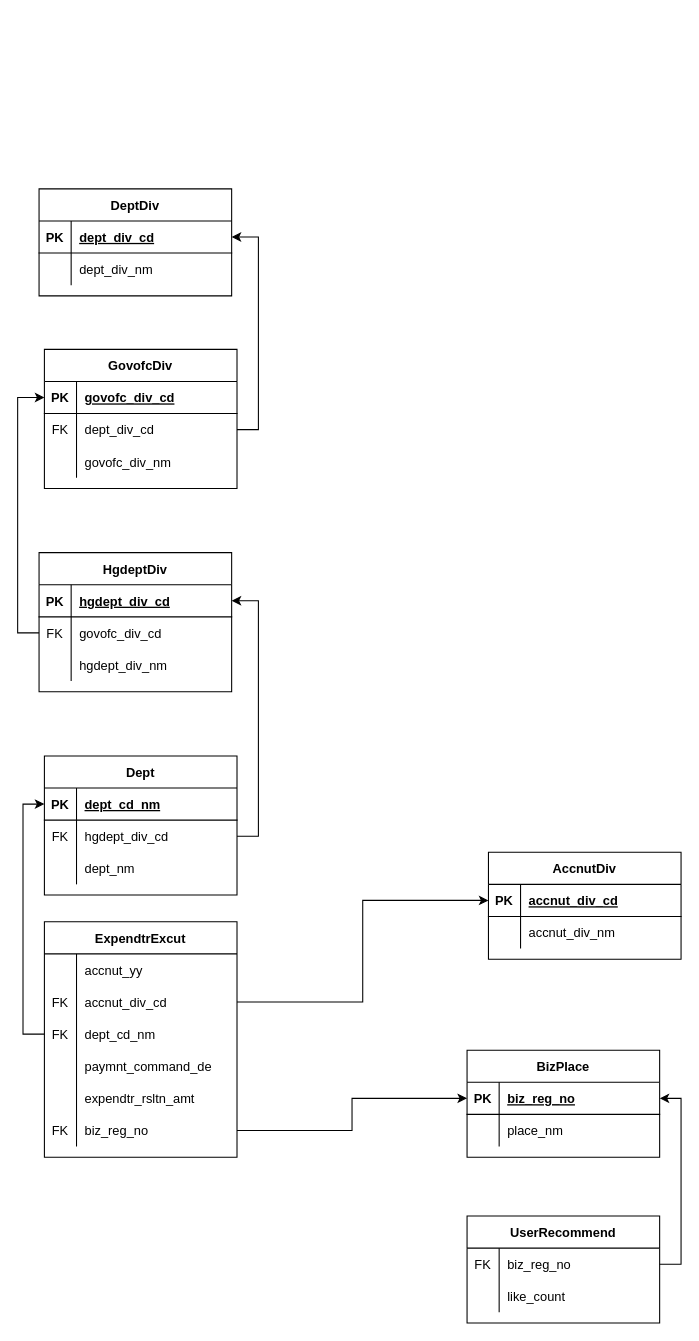
Before: document/다이어그램/rel_diagram.drawio in pengm2ng/AJOU_DATABASE_JMT, a draw.io diagram. Source tidied: cells renumbered, new cells numbered last; positions are measured from the earlier drawing's top-left corner, leaving out a move shared by most shapes. Both pictures are drawn from the tidied source at 107%, with x=0, y=0 at pixel (39, 188).
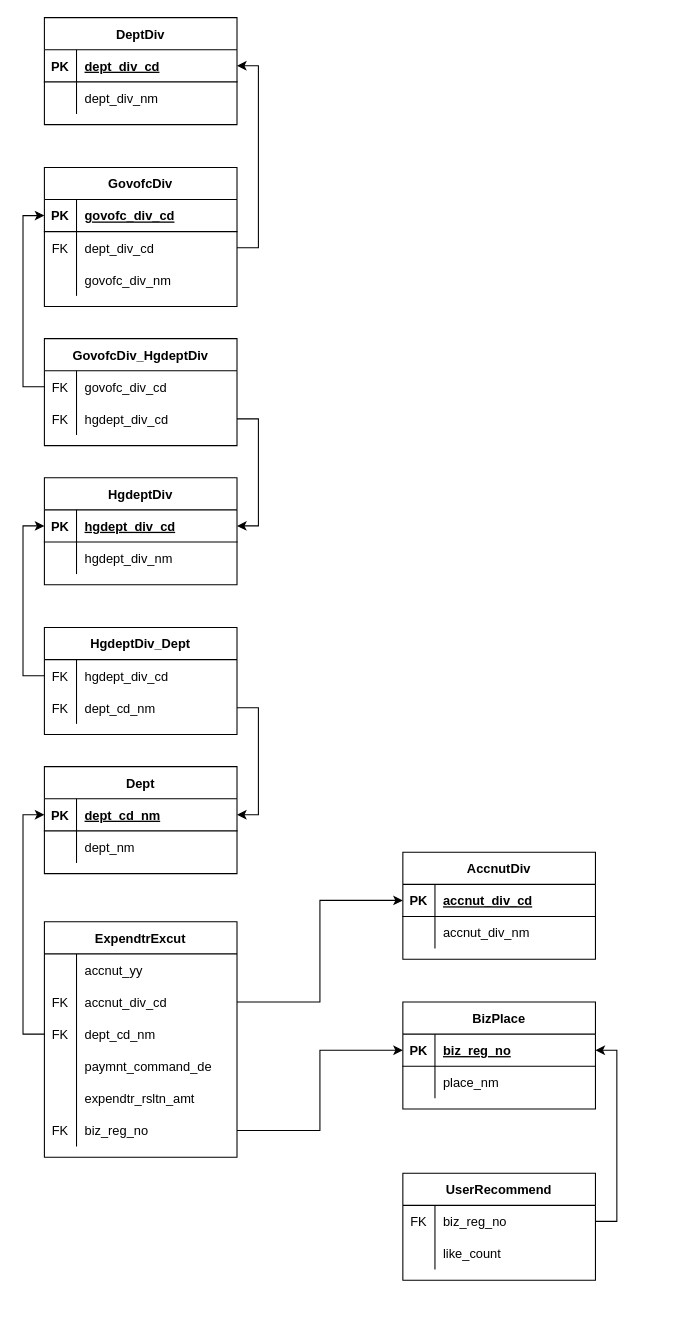
Above is the later version.

Commit message (it also covers changes not shown here):
modify: uml and relation diagram changed

changed 1:m relation in 'GovofcDiv', 'HgdeptDiv', 'Dept' to m:n relation

Unchanged cells that the change refers to:
```xml
<mxCell id="44" style="shape=partialRectangle;fillColor=none;top=0;left=0;bottom=1;right=0;points=[[0,0.5],[1,0.5]];portConstraint=eastwest;" parent="43" vertex="1">
  <mxGeometry y="30" width="180" height="30" as="geometry" />
</mxCell>
<mxCell id="54" style="shape=partialRectangle;fillColor=none;top=0;left=0;bottom=1;right=0;points=[[0,0.5],[1,0.5]];portConstraint=eastwest;" parent="53" vertex="1">
  <mxGeometry y="30" width="180" height="30" as="geometry" />
</mxCell>
<mxCell id="64" style="shape=partialRectangle;fillColor=none;top=0;left=0;bottom=1;right=0;points=[[0,0.5],[1,0.5]];portConstraint=eastwest;" parent="63" vertex="1">
  <mxGeometry y="30" width="180" height="30" as="geometry" />
</mxCell>
<mxCell id="74" style="shape=partialRectangle;fillColor=none;top=0;left=0;bottom=1;right=0;points=[[0,0.5],[1,0.5]];portConstraint=eastwest;" parent="73" vertex="1">
  <mxGeometry y="30" width="180" height="30" as="geometry" />
</mxCell>
```

What changed in the source:
```diff
@@
     <mxCell id="2" value="AccnutDiv" style="shape=table;startSize=30;childLayout=tableLayout;rowLines=0;fontStyle=1;align=center;" parent="1" vertex="1">
-      <mxGeometry x="420" y="620" width="180" height="100" as="geometry" />
+      <mxGeometry x="340" y="620" width="180" height="100" as="geometry" />
     </mxCell>
@@
     <mxCell id="29" value="BizPlace" style="shape=table;startSize=30;childLayout=tableLayout;rowLines=0;fontStyle=1;align=center;" parent="1" vertex="1">
-      <mxGeometry x="400" y="805" width="180" height="100" as="geometry" />
+      <mxGeometry x="340" y="760" width="180" height="100" as="geometry" />
     </mxCell>
@@
     <mxCell id="36" value="UserRecommend" style="shape=table;startSize=30;childLayout=tableLayout;rowLines=0;fontStyle=1;align=center;" parent="1" vertex="1">
-      <mxGeometry x="400" y="960" width="180" height="100" as="geometry" />
+      <mxGeometry x="340" y="920" width="180" height="100" as="geometry" />
     </mxCell>
@@
     <mxCell id="43" value="Dept" style="shape=table;startSize=30;childLayout=tableLayout;rowLines=0;fontStyle=1;align=center;" parent="1" vertex="1">
-      <mxGeometry x="5" y="530" width="180" height="130" as="geometry" />
+      <mxGeometry x="5" y="540" width="180" height="100" as="geometry" />
     </mxCell>
@@
-    <mxCell id="47" style="shape=partialRectangle;fillColor=none;top=0;left=0;bottom=0;right=0;points=[[0,0.5],[1,0.5]];portConstraint=eastwest;" parent="43" vertex="1">
-      <mxGeometry y="60" width="180" height="30" as="geometry" />
-    </mxCell>
-    <mxCell id="48" value="FK" style="shape=partialRectangle;fillColor=none;top=0;left=0;bottom=0;right=0;overflow=hidden;" parent="47" vertex="1">
-      <mxGeometry width="30" height="30" as="geometry" />
-    </mxCell>
-    <mxCell id="49" value="hgdept_div_cd" style="shape=partialRectangle;fillColor=none;top=0;left=0;bottom=0;right=0;align=left;spacingLeft=6;overflow=hidden;" parent="47" vertex="1">
-      <mxGeometry x="30" width="150" height="30" as="geometry" />
-    </mxCell>
     <mxCell id="50" style="shape=partialRectangle;fillColor=none;top=0;left=0;bottom=0;right=0;" parent="43" vertex="1">
-      <mxGeometry y="90" width="180" height="30" as="geometry" />
+      <mxGeometry y="60" width="180" height="30" as="geometry" />
     </mxCell>
@@
     <mxCell id="53" value="HgdeptDiv" style="shape=table;startSize=30;childLayout=tableLayout;rowLines=0;fontStyle=1;align=center;" parent="1" vertex="1">
-      <mxGeometry y="340" width="180" height="130" as="geometry" />
+      <mxGeometry x="5" y="270" width="180" height="100" as="geometry" />
     </mxCell>
@@
-    <mxCell id="57" style="shape=partialRectangle;fillColor=none;top=0;left=0;bottom=0;right=0;points=[[0,0.5],[1,0.5]];portConstraint=eastwest;" parent="53" vertex="1">
-      <mxGeometry y="60" width="180" height="30" as="geometry" />
-    </mxCell>
-    <mxCell id="58" value="FK" style="shape=partialRectangle;fillColor=none;top=0;left=0;bottom=0;right=0;overflow=hidden;" parent="57" vertex="1">
-      <mxGeometry width="30" height="30" as="geometry" />
-    </mxCell>
-    <mxCell id="59" value="govofc_div_cd" style="shape=partialRectangle;fillColor=none;top=0;left=0;bottom=0;right=0;align=left;spacingLeft=6;overflow=hidden;" parent="57" vertex="1">
-      <mxGeometry x="30" width="150" height="30" as="geometry" />
-    </mxCell>
     <mxCell id="60" style="shape=partialRectangle;fillColor=none;top=0;left=0;bottom=0;right=0;" parent="53" vertex="1">
-      <mxGeometry y="90" width="180" height="30" as="geometry" />
+      <mxGeometry y="60" width="180" height="30" as="geometry" />
     </mxCell>
@@
     <mxCell id="63" value="GovofcDiv" style="shape=table;startSize=30;childLayout=tableLayout;rowLines=0;fontStyle=1;align=center;" parent="1" vertex="1">
-      <mxGeometry x="5" y="150" width="180" height="130" as="geometry" />
+      <mxGeometry x="5" y="-20" width="180" height="130" as="geometry" />
     </mxCell>
@@
-    <mxCell id="67" style="shape=partialRectangle;fillColor=none;top=0;left=0;bottom=0;right=0;points=[[0,0.5],[1,0.5]];portConstraint=eastwest;" parent="63" vertex="1">
-      <mxGeometry y="60" width="180" height="30" as="geometry" />
-    </mxCell>
-    <mxCell id="68" value="FK" style="shape=partialRectangle;fillColor=none;top=0;left=0;bottom=0;right=0;overflow=hidden;" parent="67" vertex="1">
-      <mxGeometry width="30" height="30" as="geometry" />
-    </mxCell>
+    <mxCell id="86" style="shape=partialRectangle;fillColor=none;top=0;left=0;bottom=0;right=0;points=[[0,0.5],[1,0.5]];portConstraint=eastwest;" parent="63" vertex="1">
+      <mxGeometry y="60" width="180" height="30" as="geometry" />
+    </mxCell>
+    <mxCell id="87" value="FK" style="shape=partialRectangle;fillColor=none;top=0;left=0;bottom=0;right=0;fontStyle=0;overflow=hidden;" parent="86" vertex="1">
+      <mxGeometry width="30" height="30" as="geometry" />
+    </mxCell>
-    <mxCell id="69" value="dept_div_cd" style="shape=partialRectangle;fillColor=none;top=0;left=0;bottom=0;right=0;align=left;spacingLeft=6;overflow=hidden;" parent="67" vertex="1">
+    <mxCell id="69" value="dept_div_cd" style="shape=partialRectangle;fillColor=none;top=0;left=0;bottom=0;right=0;align=left;spacingLeft=6;fontStyle=0;overflow=hidden;" parent="86" vertex="1">
       <mxGeometry x="30" width="150" height="30" as="geometry" />
     </mxCell>
@@
     <mxCell id="73" value="DeptDiv" style="shape=table;startSize=30;childLayout=tableLayout;rowLines=0;fontStyle=1;align=center;" parent="1" vertex="1">
-      <mxGeometry width="180" height="100" as="geometry" />
+      <mxGeometry x="5" y="-160" width="180" height="100" as="geometry" />
     </mxCell>
@@
-    <mxCell id="81" style="edgeStyle=orthogonalEdgeStyle;rounded=0;jettySize=auto;html=1;exitX=1;exitY=0.5;exitDx=0;exitDy=0;" parent="1" edge="1" source="47" target="54">
-      <mxGeometry relative="1" as="geometry" />
-    </mxCell>
-    <mxCell id="82" style="edgeStyle=orthogonalEdgeStyle;rounded=0;jettySize=auto;html=1;exitX=0;exitY=0.5;exitDx=0;exitDy=0;entryX=0;entryY=0.5;entryDx=0;entryDy=0;" parent="1" edge="1" source="57" target="64">
-      <mxGeometry relative="1" as="geometry" />
-    </mxCell>
-    <mxCell id="83" style="edgeStyle=orthogonalEdgeStyle;rounded=0;jettySize=auto;html=1;exitX=1;exitY=0.5;exitDx=0;exitDy=0;" parent="1" edge="1" source="67" target="74">
-      <mxGeometry relative="1" as="geometry" />
-    </mxCell>
@@
+    <mxCell id="88" value="HgdeptDiv_Dept" style="shape=table;startSize=30;childLayout=tableLayout;rowLines=0;fontStyle=1;align=center;" parent="1" vertex="1">
+      <mxGeometry x="5" y="410" width="180" height="100" as="geometry" />
+    </mxCell>
+    <mxCell id="89" style="shape=partialRectangle;fillColor=none;top=0;left=0;bottom=0;right=0;points=[[0,0.5],[1,0.5]];portConstraint=eastwest;" parent="88" vertex="1">
+      <mxGeometry y="30" width="180" height="30" as="geometry" />
+    </mxCell>
+    <mxCell id="90" value="FK" style="shape=partialRectangle;fillColor=none;top=0;left=0;bottom=0;right=0;overflow=hidden;" parent="89" vertex="1">
+      <mxGeometry width="30" height="30" as="geometry" />
+    </mxCell>
+    <mxCell id="91" value="hgdept_div_cd" style="shape=partialRectangle;fillColor=none;top=0;left=0;bottom=0;right=0;align=left;spacingLeft=6;overflow=hidden;" parent="89" vertex="1">
+      <mxGeometry x="30" width="150" height="30" as="geometry" />
+    </mxCell>
+    <mxCell id="92" style="shape=partialRectangle;fillColor=none;top=0;left=0;bottom=0;right=0;points=[[0,0.5],[1,0.5]];portConstraint=eastwest;" parent="88" vertex="1">
+      <mxGeometry y="60" width="180" height="30" as="geometry" />
+    </mxCell>
+    <mxCell id="93" value="FK" style="shape=partialRectangle;fillColor=none;top=0;left=0;bottom=0;right=0;overflow=hidden;" parent="92" vertex="1">
+      <mxGeometry width="30" height="30" as="geometry" />
+    </mxCell>
+    <mxCell id="94" value="dept_cd_nm" style="shape=partialRectangle;fillColor=none;top=0;left=0;bottom=0;right=0;align=left;spacingLeft=6;overflow=hidden;" parent="92" vertex="1">
+      <mxGeometry x="30" width="150" height="30" as="geometry" />
+    </mxCell>
+    <mxCell id="95" value="GovofcDiv_HgdeptDiv" style="shape=table;startSize=30;childLayout=tableLayout;rowLines=0;fontStyle=1;align=center;" parent="1" vertex="1">
+      <mxGeometry x="5" y="140" width="180" height="100" as="geometry" />
+    </mxCell>
+    <mxCell id="96" style="shape=partialRectangle;fillColor=none;top=0;left=0;bottom=0;right=0;points=[[0,0.5],[1,0.5]];portConstraint=eastwest;" parent="95" vertex="1">
+      <mxGeometry y="30" width="180" height="30" as="geometry" />
+    </mxCell>
+    <mxCell id="97" value="FK" style="shape=partialRectangle;fillColor=none;top=0;left=0;bottom=0;right=0;overflow=hidden;" parent="96" vertex="1">
+      <mxGeometry width="30" height="30" as="geometry" />
+    </mxCell>
+    <mxCell id="59" value="govofc_div_cd" style="shape=partialRectangle;fillColor=none;top=0;left=0;bottom=0;right=0;align=left;spacingLeft=6;overflow=hidden;" parent="96" vertex="1">
+      <mxGeometry x="30" width="150" height="30" as="geometry" />
+    </mxCell>
+    <mxCell id="98" style="shape=partialRectangle;fillColor=none;top=0;left=0;bottom=0;right=0;points=[[0,0.5],[1,0.5]];portConstraint=eastwest;" parent="95" vertex="1">
+      <mxGeometry y="60" width="180" height="30" as="geometry" />
+    </mxCell>
+    <mxCell id="99" value="FK" style="shape=partialRectangle;fillColor=none;top=0;left=0;bottom=0;right=0;overflow=hidden;" parent="98" vertex="1">
+      <mxGeometry width="30" height="30" as="geometry" />
+    </mxCell>
+    <mxCell id="100" value="hgdept_div_cd" style="shape=partialRectangle;fillColor=none;top=0;left=0;bottom=0;right=0;align=left;spacingLeft=6;overflow=hidden;" parent="98" vertex="1">
+      <mxGeometry x="30" width="150" height="30" as="geometry" />
+    </mxCell>
+    <mxCell id="101" style="edgeStyle=orthogonalEdgeStyle;rounded=0;jettySize=auto;html=1;exitX=1;exitY=0.5;exitDx=0;exitDy=0;" parent="1" edge="1" source="98" target="54">
+      <mxGeometry relative="1" as="geometry" />
+    </mxCell>
+    <mxCell id="102" style="edgeStyle=orthogonalEdgeStyle;rounded=0;jettySize=auto;html=1;exitX=1;exitY=0.5;exitDx=0;exitDy=0;" parent="1" edge="1" source="92" target="44">
+      <mxGeometry relative="1" as="geometry" />
+    </mxCell>
+    <mxCell id="103" style="edgeStyle=orthogonalEdgeStyle;rounded=0;jettySize=auto;html=1;exitX=0;exitY=0.5;exitDx=0;exitDy=0;entryX=0;entryY=0.5;entryDx=0;entryDy=0;" parent="1" edge="1" source="89" target="54">
+      <mxGeometry relative="1" as="geometry" />
+    </mxCell>
+    <mxCell id="104" style="edgeStyle=orthogonalEdgeStyle;rounded=0;jettySize=auto;html=1;exitX=0;exitY=0.5;exitDx=0;exitDy=0;entryX=0;entryY=0.5;entryDx=0;entryDy=0;" parent="1" edge="1" source="96" target="64">
+      <mxGeometry relative="1" as="geometry" />
+    </mxCell>
+    <mxCell id="105" style="edgeStyle=orthogonalEdgeStyle;rounded=0;jettySize=auto;html=1;exitX=1;exitY=0.5;exitDx=0;exitDy=0;" parent="1" edge="1" source="86" target="74">
+      <mxGeometry relative="1" as="geometry" />
+    </mxCell>
```
